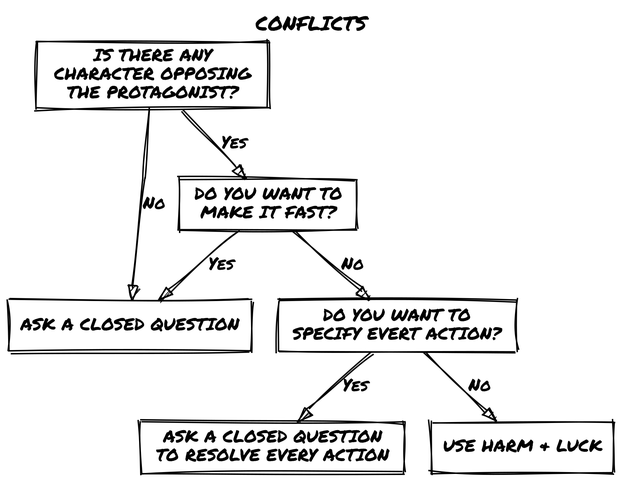
zeruhur/loner keeps this Graphviz diagram as en/diagrams/conflicts.png. Above is the earlier version. Its source is kept beside it as en/diagrams/conflicts.dot.
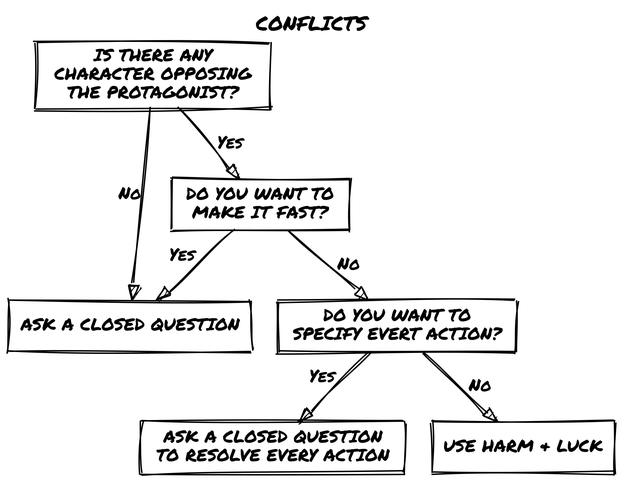
After the commit.

What changed in the source:
```diff
@@ -14,10 +14,10 @@
     nd5 [label = "ASK A CLOSED QUESTION \n TO RESOLVE EVERY ACTION"];
     nd6 [label = "USE HARM & LUCK"];
 
-    nd1 -> nd2 [label = "No"];
+    nd1 -> nd2 [xlabel = "No"];
     nd1 -> nd3 [label = "Yes"];
-    nd3 -> nd2 [label = "Yes"];
+    nd3 -> nd2 [xlabel = "Yes"];
     nd3 -> nd4 [label = "No"];
-    nd4 -> nd5 [label = "Yes"];
+    nd4 -> nd5 [xlabel = "Yes"];
     nd4 -> nd6 [label = "No"];
 }
```
